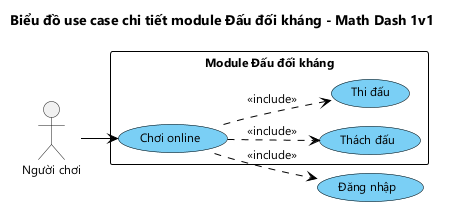
The PlantUML diagram docs/hung/uc-chi-tiet-doi-khang.png in HungNguyenBa1811/math-dash, before a commit.
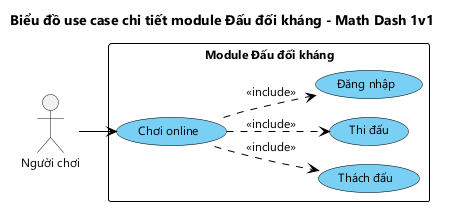
After the commit.

Commit message:
docs(M3-01): use case Đăng nhập nằm trong biên hệ thống ở 3 biểu đồ use case chi tiết

Change to the diagram source:
```diff
@@ -26,8 +26,8 @@
   usecase "Chơi online" as UC03
   usecase "Thách đấu" as TD
   usecase "Thi đấu" as TDAU
+  usecase "Đăng nhập" as DN
 }
-usecase "Đăng nhập" as DN
 
 A1 --> UC03
 
```
